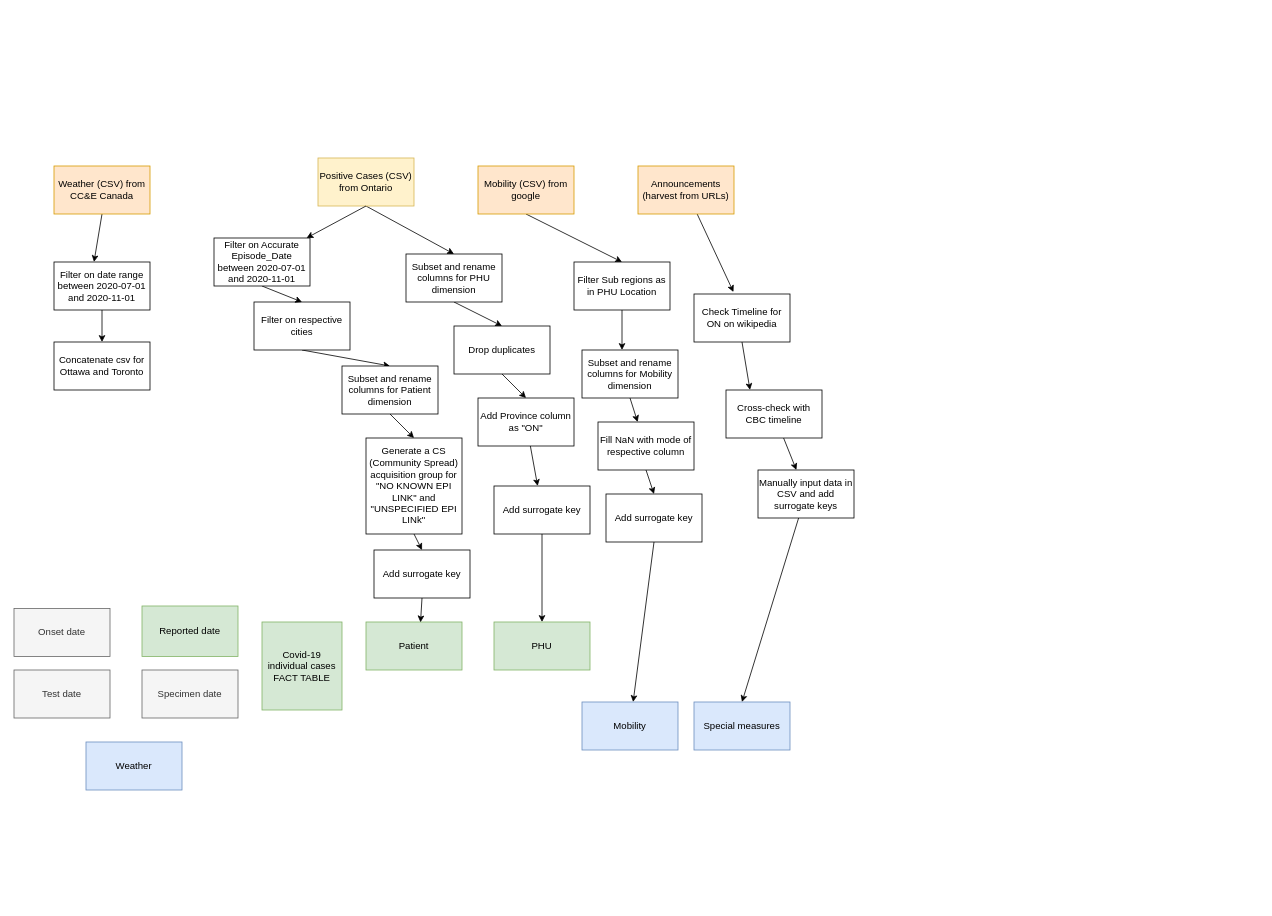
Earlier version of the draw.io diagram high_level_data_staging_plan.drawio (vekshan/Covid-19-Tracking-and-Lifestyle-Trends). Source tidied: cells renumbered, new cells numbered last; positions are measured from the earlier drawing's top-left corner, leaving out a move shared by most shapes. Both pictures are drawn from the tidied source at 80%, with x=0, y=0 at pixel (14, 158).
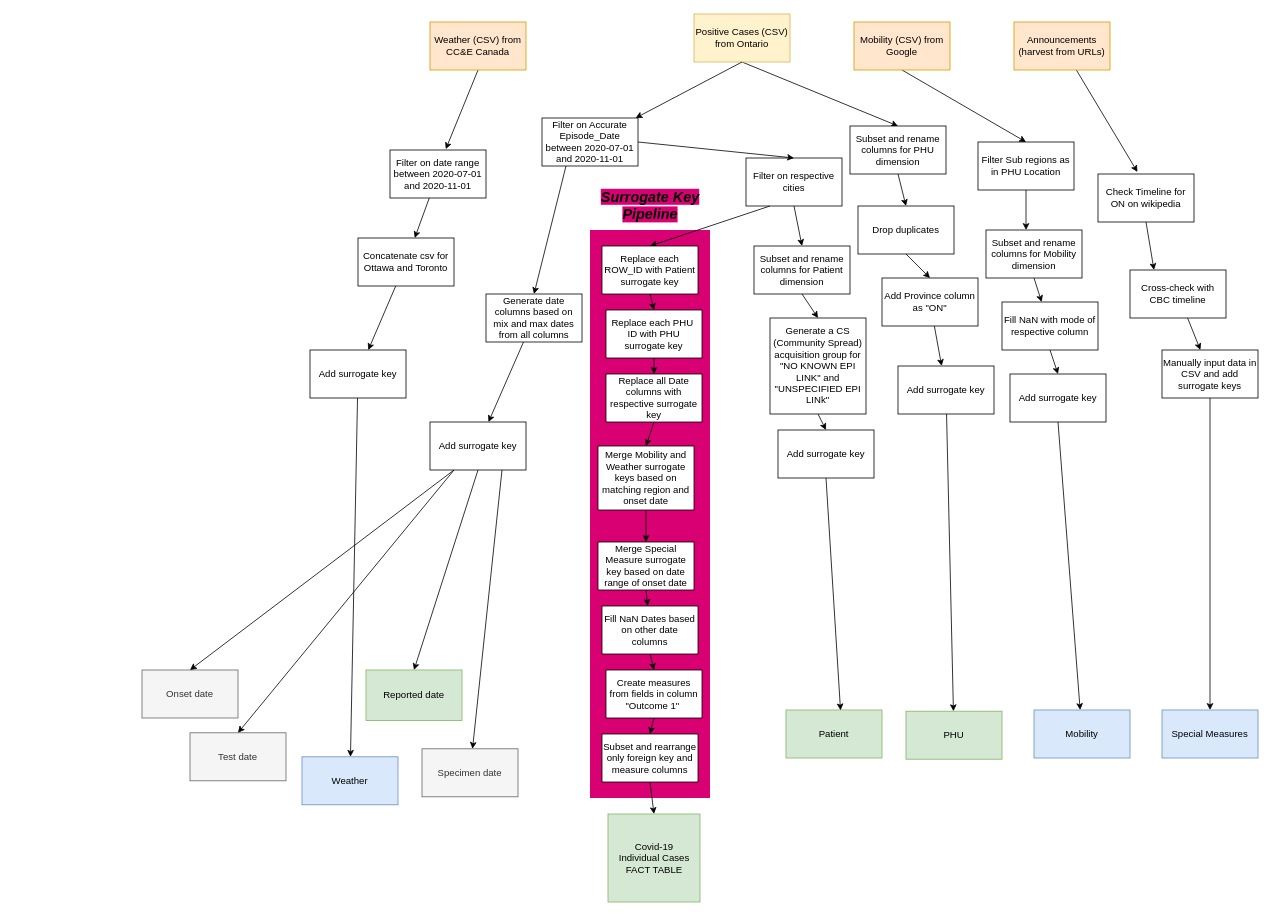
Above is the later version.

Commit message (it also covers changes not shown here):
[NEW] Add jpg and pdf version of high level planning and finalize draw.io file

Change to the diagram source:
```diff
@@
+    <mxCell id="56" style="whiteSpace=wrap;html=1;fillColor=#d80073;dashed=1;fontColor=#ffffff;strokeColor=none;" parent="1" vertex="1">
+      <mxGeometry x="720" y="90" width="150" height="710" as="geometry" />
+    </mxCell>
@@
     <mxCell id="3" value="Announcements (harvest from URLs)" style="rounded=0;whiteSpace=wrap;html=1;fillColor=#ffe6cc;strokeColor=#d79b00;" parent="1" vertex="1">
-      <mxGeometry x="780" y="10" width="120" height="60" as="geometry" />
+      <mxGeometry x="1250" y="-170" width="120" height="60" as="geometry" />
     </mxCell>
-    <mxCell id="4" style="edgeStyle=none;rounded=0;jettySize=auto;html=1;exitX=0.5;exitY=1;exitDx=0;exitDy=0;" parent="1" edge="1" source="5">
-      <mxGeometry relative="1" as="geometry">
-        <mxPoint x="100" y="130" as="targetPoint" />
-      </mxGeometry>
+    <mxCell id="4" style="edgeStyle=none;rounded=0;jettySize=auto;html=1;exitX=0.5;exitY=1;exitDx=0;exitDy=0;entryX=0.581;entryY=-0.017;entryDx=0;entryDy=0;entryPerimeter=0;" parent="1" edge="1" source="5" target="55">
+      <mxGeometry relative="1" as="geometry" />
     </mxCell>
     <mxCell id="5" value="Weather (CSV) from CC&amp;amp;E Canada" style="rounded=0;whiteSpace=wrap;html=1;fillColor=#ffe6cc;strokeColor=#d79b00;" parent="1" vertex="1">
-      <mxGeometry x="50" y="10" width="120" height="60" as="geometry" />
+      <mxGeometry x="520" y="-170" width="120" height="60" as="geometry" />
     </mxCell>
@@
-    <mxCell id="7" value="Mobility (CSV) from google" style="rounded=0;whiteSpace=wrap;html=1;fillColor=#ffe6cc;strokeColor=#d79b00;" parent="1" vertex="1">
-      <mxGeometry x="580" y="10" width="120" height="60" as="geometry" />
+    <mxCell id="7" value="Mobility (CSV) from Google" style="rounded=0;whiteSpace=wrap;html=1;fillColor=#ffe6cc;strokeColor=#d79b00;" parent="1" vertex="1">
+      <mxGeometry x="1050" y="-170" width="120" height="60" as="geometry" />
     </mxCell>
@@
     <mxCell id="9" value="Positive Cases (CSV) from Ontario" style="rounded=0;whiteSpace=wrap;html=1;fillColor=#fff2cc;strokeColor=#d6b656;" parent="1" vertex="1">
-      <mxGeometry x="380" width="120" height="60" as="geometry" />
+      <mxGeometry x="850" y="-180" width="120" height="60" as="geometry" />
     </mxCell>
-    <mxCell id="10" value="Covid-19 individual cases FACT TABLE" style="rounded=0;whiteSpace=wrap;html=1;fillColor=#d5e8d4;strokeColor=#82b366;" parent="1" vertex="1">
-      <mxGeometry x="310" y="580" width="100" height="110" as="geometry" />
+    <mxCell id="10" value="Covid-19 &lt;br&gt;Individual Cases FACT TABLE" style="rounded=0;whiteSpace=wrap;html=1;fillColor=#d5e8d4;strokeColor=#82b366;" parent="1" vertex="1">
+      <mxGeometry x="742.5" y="820" width="115" height="110" as="geometry" />
     </mxCell>
     <mxCell id="11" value="Specimen date" style="rounded=0;whiteSpace=wrap;html=1;fillColor=#f5f5f5;strokeColor=#666666;fontColor=#333333;" parent="1" vertex="1">
-      <mxGeometry x="160" y="640" width="120" height="60" as="geometry" />
+      <mxGeometry x="510" y="738.5" width="120" height="60" as="geometry" />
     </mxCell>
     <mxCell id="12" value="Test date" style="rounded=0;whiteSpace=wrap;html=1;fillColor=#f5f5f5;strokeColor=#666666;fontColor=#333333;" parent="1" vertex="1">
-      <mxGeometry y="640" width="120" height="60" as="geometry" />
+      <mxGeometry x="220" y="718.5" width="120" height="60" as="geometry" />
     </mxCell>
     <mxCell id="13" value="Onset date" style="rounded=0;whiteSpace=wrap;html=1;fillColor=#f5f5f5;strokeColor=#666666;fontColor=#333333;" parent="1" vertex="1">
-      <mxGeometry y="563" width="120" height="60" as="geometry" />
+      <mxGeometry x="160" y="640" width="120" height="60" as="geometry" />
     </mxCell>
     <mxCell id="14" value="Weather" style="rounded=0;whiteSpace=wrap;html=1;fillColor=#dae8fc;strokeColor=#6c8ebf;" parent="1" vertex="1">
-      <mxGeometry x="90" y="730" width="120" height="60" as="geometry" />
+      <mxGeometry x="360" y="748.5" width="120" height="60" as="geometry" />
     </mxCell>
-    <mxCell id="15" value="Special measures" style="rounded=0;whiteSpace=wrap;html=1;fillColor=#dae8fc;strokeColor=#6c8ebf;" parent="1" vertex="1">
-      <mxGeometry x="850" y="680" width="120" height="60" as="geometry" />
+    <mxCell id="15" value="Special Measures" style="rounded=0;whiteSpace=wrap;html=1;fillColor=#dae8fc;strokeColor=#6c8ebf;" parent="1" vertex="1">
+      <mxGeometry x="1435" y="690" width="120" height="60" as="geometry" />
     </mxCell>
     <mxCell id="16" value="Reported date" style="rounded=0;whiteSpace=wrap;html=1;fillColor=#d5e8d4;strokeColor=#82b366;" parent="1" vertex="1">
-      <mxGeometry x="160" y="560" width="120" height="63" as="geometry" />
+      <mxGeometry x="440" y="640" width="120" height="63" as="geometry" />
     </mxCell>
     <mxCell id="17" value="Mobility" style="rounded=0;whiteSpace=wrap;html=1;fillColor=#dae8fc;strokeColor=#6c8ebf;" parent="1" vertex="1">
-      <mxGeometry x="710" y="680" width="120" height="60" as="geometry" />
+      <mxGeometry x="1275" y="690" width="120" height="60" as="geometry" />
     </mxCell>
     <mxCell id="18" value="PHU" style="rounded=0;whiteSpace=wrap;html=1;fillColor=#d5e8d4;strokeColor=#82b366;" parent="1" vertex="1">
-      <mxGeometry x="600" y="580" width="120" height="60" as="geometry" />
+      <mxGeometry x="1115" y="691.5" width="120" height="60" as="geometry" />
     </mxCell>
     <mxCell id="19" value="Patient" style="rounded=0;whiteSpace=wrap;html=1;fillColor=#d5e8d4;strokeColor=#82b366;" parent="1" vertex="1">
-      <mxGeometry x="440" y="580" width="120" height="60" as="geometry" />
+      <mxGeometry x="965" y="690" width="120" height="60" as="geometry" />
     </mxCell>
@@
     <mxCell id="21" value="Filter on respective cities" style="whiteSpace=wrap;html=1;" parent="1" vertex="1">
-      <mxGeometry x="300" y="180" width="120" height="60" as="geometry" />
+      <mxGeometry x="915" width="120" height="60" as="geometry" />
     </mxCell>
@@
     <mxCell id="23" value="Subset and rename columns for Patient dimension" style="whiteSpace=wrap;html=1;" parent="1" vertex="1">
-      <mxGeometry x="410" y="260" width="120" height="60" as="geometry" />
+      <mxGeometry x="925" y="110" width="120" height="60" as="geometry" />
     </mxCell>
@@
     <mxCell id="25" value="Generate a CS (Community Spread) acquisition group for &quot;NO KNOWN EPI LINK&quot; and &quot;UNSPECIFIED EPI LINk&quot;" style="whiteSpace=wrap;html=1;" parent="1" vertex="1">
-      <mxGeometry x="440" y="350" width="120" height="120" as="geometry" />
+      <mxGeometry x="945" y="200" width="120" height="120" as="geometry" />
     </mxCell>
@@
     <mxCell id="27" value="Add surrogate key" style="whiteSpace=wrap;html=1;" parent="1" vertex="1">
-      <mxGeometry x="450" y="490" width="120" height="60" as="geometry" />
+      <mxGeometry x="955" y="340" width="120" height="60" as="geometry" />
     </mxCell>
-    <mxCell id="28" style="edgeStyle=none;rounded=0;jettySize=auto;html=1;exitX=0.5;exitY=1;exitDx=0;exitDy=0;entryX=0.5;entryY=0;entryDx=0;entryDy=0;" parent="1" edge="1" source="29" target="21">
+    <mxCell id="28" style="edgeStyle=none;rounded=0;jettySize=auto;html=1;exitX=1;exitY=0.5;exitDx=0;exitDy=0;entryX=0.5;entryY=0;entryDx=0;entryDy=0;" parent="1" edge="1" source="29" target="21">
       <mxGeometry relative="1" as="geometry" />
     </mxCell>
+    <mxCell id="57" style="edgeStyle=none;rounded=0;jettySize=auto;html=1;exitX=0.25;exitY=1;exitDx=0;exitDy=0;entryX=0.5;entryY=0;entryDx=0;entryDy=0;" parent="1" edge="1" source="29" target="63">
+      <mxGeometry relative="1" as="geometry" />
+    </mxCell>
+    <mxCell id="58" style="edgeStyle=none;rounded=0;jettySize=auto;html=1;entryX=0.5;entryY=0;entryDx=0;entryDy=0;exitX=0.25;exitY=1;exitDx=0;exitDy=0;" parent="1" edge="1" source="21" target="70">
+      <mxGeometry relative="1" as="geometry" />
+    </mxCell>
     <mxCell id="29" value="Filter on Accurate Episode_Date between 2020-07-01 and 2020-11-01" style="whiteSpace=wrap;html=1;" parent="1" vertex="1">
-      <mxGeometry x="250" y="100" width="120" height="60" as="geometry" />
+      <mxGeometry x="660" y="-50" width="120" height="60" as="geometry" />
     </mxCell>
@@
     <mxCell id="32" value="Subset and rename columns for PHU dimension" style="whiteSpace=wrap;html=1;" parent="1" vertex="1">
-      <mxGeometry x="490" y="120" width="120" height="60" as="geometry" />
+      <mxGeometry x="1045" y="-40" width="120" height="60" as="geometry" />
     </mxCell>
@@
     <mxCell id="34" value="Drop duplicates" style="whiteSpace=wrap;html=1;" parent="1" vertex="1">
-      <mxGeometry x="550" y="210" width="120" height="60" as="geometry" />
+      <mxGeometry x="1055" y="60" width="120" height="60" as="geometry" />
     </mxCell>
@@
     <mxCell id="36" value="Add Province column as &quot;ON&quot;" style="whiteSpace=wrap;html=1;" parent="1" vertex="1">
-      <mxGeometry x="580" y="300" width="120" height="60" as="geometry" />
+      <mxGeometry x="1085" y="150" width="120" height="60" as="geometry" />
     </mxCell>
@@
     <mxCell id="38" value="Add surrogate key" style="whiteSpace=wrap;html=1;" parent="1" vertex="1">
-      <mxGeometry x="600" y="410" width="120" height="60" as="geometry" />
+      <mxGeometry x="1105" y="260" width="120" height="60" as="geometry" />
     </mxCell>
     <mxCell id="39" style="edgeStyle=none;rounded=0;jettySize=auto;html=1;exitX=0.5;exitY=1;exitDx=0;exitDy=0;" parent="1" edge="1" source="40">
       <mxGeometry relative="1" as="geometry">
-        <mxPoint x="760" y="240" as="targetPoint" />
+        <mxPoint x="1265" y="90" as="targetPoint" />
       </mxGeometry>
     </mxCell>
     <mxCell id="40" value="Filter Sub regions as in PHU Location" style="whiteSpace=wrap;html=1;" parent="1" vertex="1">
-      <mxGeometry x="700" y="130" width="120" height="60" as="geometry" />
+      <mxGeometry x="1205" y="-20" width="120" height="60" as="geometry" />
     </mxCell>
@@
     <mxCell id="42" value="Subset and rename columns for Mobility dimension" style="whiteSpace=wrap;html=1;" parent="1" vertex="1">
-      <mxGeometry x="710" y="240" width="120" height="60" as="geometry" />
+      <mxGeometry x="1215" y="90" width="120" height="60" as="geometry" />
     </mxCell>
@@
     <mxCell id="44" value="Fill NaN with mode of respective column" style="whiteSpace=wrap;html=1;" parent="1" vertex="1">
-      <mxGeometry x="730" y="330" width="120" height="60" as="geometry" />
+      <mxGeometry x="1235" y="180" width="120" height="60" as="geometry" />
     </mxCell>
@@
     <mxCell id="46" value="Add surrogate key" style="whiteSpace=wrap;html=1;" parent="1" vertex="1">
-      <mxGeometry x="740" y="420" width="120" height="60" as="geometry" />
+      <mxGeometry x="1245" y="270" width="120" height="60" as="geometry" />
     </mxCell>
     <mxCell id="47" style="edgeStyle=none;rounded=0;jettySize=auto;html=1;exitX=0.5;exitY=1;exitDx=0;exitDy=0;" parent="1" edge="1" source="48">
       <mxGeometry relative="1" as="geometry">
-        <mxPoint x="920" y="290" as="targetPoint" />
+        <mxPoint x="1425" y="140" as="targetPoint" />
       </mxGeometry>
     </mxCell>
     <mxCell id="48" value="Check Timeline for ON on wikipedia" style="whiteSpace=wrap;html=1;" parent="1" vertex="1">
-      <mxGeometry x="850" y="170" width="120" height="60" as="geometry" />
+      <mxGeometry x="1355" y="20" width="120" height="60" as="geometry" />
     </mxCell>
@@
     <mxCell id="50" value="Cross-check with CBC timeline" style="whiteSpace=wrap;html=1;" parent="1" vertex="1">
-      <mxGeometry x="890" y="290" width="120" height="60" as="geometry" />
+      <mxGeometry x="1395" y="140" width="120" height="60" as="geometry" />
     </mxCell>
@@
     <mxCell id="52" value="Manually input data in CSV and add surrogate keys" style="whiteSpace=wrap;html=1;" parent="1" vertex="1">
-      <mxGeometry x="930" y="390" width="120" height="60" as="geometry" />
+      <mxGeometry x="1435" y="240" width="120" height="60" as="geometry" />
     </mxCell>
+    <mxCell id="59" style="edgeStyle=none;rounded=0;jettySize=auto;html=1;" parent="1" edge="1" source="53" target="61">
+      <mxGeometry relative="1" as="geometry" />
+    </mxCell>
     <mxCell id="53" value="Concatenate csv for Ottawa and Toronto" style="whiteSpace=wrap;html=1;" parent="1" vertex="1">
-      <mxGeometry x="50" y="230" width="120" height="60" as="geometry" />
+      <mxGeometry x="430" y="100" width="120" height="60" as="geometry" />
     </mxCell>
@@
     <mxCell id="55" value="Filter on date range&lt;br&gt;between 2020-07-01 and 2020-11-01" style="whiteSpace=wrap;html=1;" parent="1" vertex="1">
-      <mxGeometry x="50" y="130" width="120" height="60" as="geometry" />
+      <mxGeometry x="470" y="-10" width="120" height="60" as="geometry" />
     </mxCell>
+    <mxCell id="60" style="edgeStyle=none;rounded=0;jettySize=auto;html=1;" parent="1" edge="1" source="61" target="14">
+      <mxGeometry relative="1" as="geometry" />
+    </mxCell>
+    <mxCell id="61" value="Add surrogate key" style="whiteSpace=wrap;html=1;" parent="1" vertex="1">
+      <mxGeometry x="370" y="240" width="120" height="60" as="geometry" />
+    </mxCell>
+    <mxCell id="62" style="edgeStyle=none;rounded=0;jettySize=auto;html=1;" parent="1" edge="1" source="63" target="68">
+      <mxGeometry relative="1" as="geometry" />
+    </mxCell>
+    <mxCell id="63" value="Generate date columns based on mix and max dates from all columns" style="whiteSpace=wrap;html=1;" parent="1" vertex="1">
+      <mxGeometry x="590" y="170" width="120" height="60" as="geometry" />
+    </mxCell>
+    <mxCell id="64" style="edgeStyle=none;rounded=0;jettySize=auto;html=1;exitX=0.5;exitY=1;exitDx=0;exitDy=0;entryX=0.5;entryY=0;entryDx=0;entryDy=0;" parent="1" edge="1" source="68" target="16">
+      <mxGeometry relative="1" as="geometry" />
+    </mxCell>
+    <mxCell id="65" style="edgeStyle=none;rounded=0;jettySize=auto;html=1;exitX=0.25;exitY=1;exitDx=0;exitDy=0;entryX=0.5;entryY=0;entryDx=0;entryDy=0;" parent="1" edge="1" source="68" target="13">
+      <mxGeometry relative="1" as="geometry" />
+    </mxCell>
+    <mxCell id="66" style="edgeStyle=none;rounded=0;jettySize=auto;html=1;exitX=0.75;exitY=1;exitDx=0;exitDy=0;" parent="1" edge="1" source="68" target="11">
+      <mxGeometry relative="1" as="geometry" />
+    </mxCell>
+    <mxCell id="67" style="edgeStyle=none;rounded=0;jettySize=auto;html=1;exitX=0.25;exitY=1;exitDx=0;exitDy=0;entryX=0.5;entryY=0;entryDx=0;entryDy=0;" parent="1" edge="1" source="68" target="12">
+      <mxGeometry relative="1" as="geometry" />
+    </mxCell>
+    <mxCell id="68" value="Add surrogate key" style="whiteSpace=wrap;html=1;" parent="1" vertex="1">
+      <mxGeometry x="520" y="330" width="120" height="60" as="geometry" />
+    </mxCell>
+    <mxCell id="69" style="edgeStyle=none;rounded=0;jettySize=auto;html=1;exitX=0.5;exitY=1;exitDx=0;exitDy=0;entryX=0.5;entryY=0;entryDx=0;entryDy=0;" parent="1" edge="1" source="70" target="72">
+      <mxGeometry relative="1" as="geometry" />
+    </mxCell>
+    <mxCell id="70" value="Replace each ROW_ID with Patient surrogate key" style="whiteSpace=wrap;html=1;" parent="1" vertex="1">
+      <mxGeometry x="735" y="110" width="120" height="60" as="geometry" />
+    </mxCell>
+    <mxCell id="71" style="edgeStyle=none;rounded=0;jettySize=auto;html=1;exitX=0.5;exitY=1;exitDx=0;exitDy=0;entryX=0.5;entryY=0;entryDx=0;entryDy=0;" parent="1" edge="1" source="72" target="74">
+      <mxGeometry relative="1" as="geometry" />
+    </mxCell>
+    <mxCell id="72" value="Replace each PHU&amp;nbsp; ID with PHU surrogate key" style="whiteSpace=wrap;html=1;" parent="1" vertex="1">
+      <mxGeometry x="740" y="190" width="120" height="60" as="geometry" />
+    </mxCell>
+    <mxCell id="73" style="edgeStyle=none;rounded=0;jettySize=auto;html=1;exitX=0.5;exitY=1;exitDx=0;exitDy=0;entryX=0.5;entryY=0;entryDx=0;entryDy=0;" parent="1" edge="1" source="74" target="76">
+      <mxGeometry relative="1" as="geometry" />
+    </mxCell>
+    <mxCell id="74" value="Replace all Date columns with respective surrogate key" style="whiteSpace=wrap;html=1;" parent="1" vertex="1">
+      <mxGeometry x="740" y="270" width="120" height="60" as="geometry" />
+    </mxCell>
+    <mxCell id="75" style="edgeStyle=none;rounded=0;jettySize=auto;html=1;exitX=0.5;exitY=1;exitDx=0;exitDy=0;" parent="1" edge="1" source="76" target="78">
+      <mxGeometry relative="1" as="geometry" />
+    </mxCell>
+    <mxCell id="76" value="Merge Mobility and Weather surrogate keys based on matching region and onset date" style="whiteSpace=wrap;html=1;" parent="1" vertex="1">
+      <mxGeometry x="730" y="360" width="120" height="80" as="geometry" />
+    </mxCell>
+    <mxCell id="77" style="edgeStyle=none;rounded=0;jettySize=auto;html=1;exitX=0.5;exitY=1;exitDx=0;exitDy=0;" parent="1" edge="1" source="78" target="81">
+      <mxGeometry relative="1" as="geometry" />
+    </mxCell>
+    <mxCell id="78" value="Merge Special Measure surrogate key based on date range of onset date" style="whiteSpace=wrap;html=1;" parent="1" vertex="1">
+      <mxGeometry x="730" y="480" width="120" height="60" as="geometry" />
+    </mxCell>
+    <mxCell id="79" value="&lt;h2&gt;&lt;i style=&quot;background-color: rgb(216 , 0 , 115)&quot;&gt;&lt;b&gt;Surrogate Key&lt;br&gt;&lt;/b&gt;&lt;b&gt;Pipeline&lt;/b&gt;&lt;/i&gt;&lt;/h2&gt;" style="text;html=1;align=center;verticalAlign=middle;" parent="1" vertex="1">
+      <mxGeometry x="725" y="30" width="140" height="60" as="geometry" />
+    </mxCell>
+    <mxCell id="80" style="edgeStyle=none;rounded=0;jettySize=auto;html=1;exitX=0.5;exitY=1;exitDx=0;exitDy=0;entryX=0.5;entryY=0;entryDx=0;entryDy=0;" parent="1" edge="1" source="81" target="83">
+      <mxGeometry relative="1" as="geometry" />
+    </mxCell>
+    <mxCell id="81" value="Fill NaN Dates based on other date columns" style="whiteSpace=wrap;html=1;" parent="1" vertex="1">
+      <mxGeometry x="735" y="560" width="120" height="60" as="geometry" />
+    </mxCell>
+    <mxCell id="82" style="edgeStyle=none;rounded=0;jettySize=auto;html=1;exitX=0.5;exitY=1;exitDx=0;exitDy=0;entryX=0.5;entryY=0;entryDx=0;entryDy=0;" parent="1" edge="1" source="83" target="85">
+      <mxGeometry relative="1" as="geometry" />
+    </mxCell>
+    <mxCell id="83" value="Create measures from fields in column &quot;Outcome 1&quot;&amp;nbsp;" style="whiteSpace=wrap;html=1;" parent="1" vertex="1">
+      <mxGeometry x="740" y="640" width="120" height="60" as="geometry" />
+    </mxCell>
+    <mxCell id="84" style="edgeStyle=none;rounded=0;jettySize=auto;html=1;exitX=0.5;exitY=1;exitDx=0;exitDy=0;entryX=0.5;entryY=0;entryDx=0;entryDy=0;" parent="1" edge="1" source="85" target="10">
+      <mxGeometry relative="1" as="geometry" />
+    </mxCell>
+    <mxCell id="85" value="Subset and rearrange only foreign key and measure columns" style="whiteSpace=wrap;html=1;" parent="1" vertex="1">
+      <mxGeometry x="735" y="720" width="120" height="60" as="geometry" />
+    </mxCell>
```
